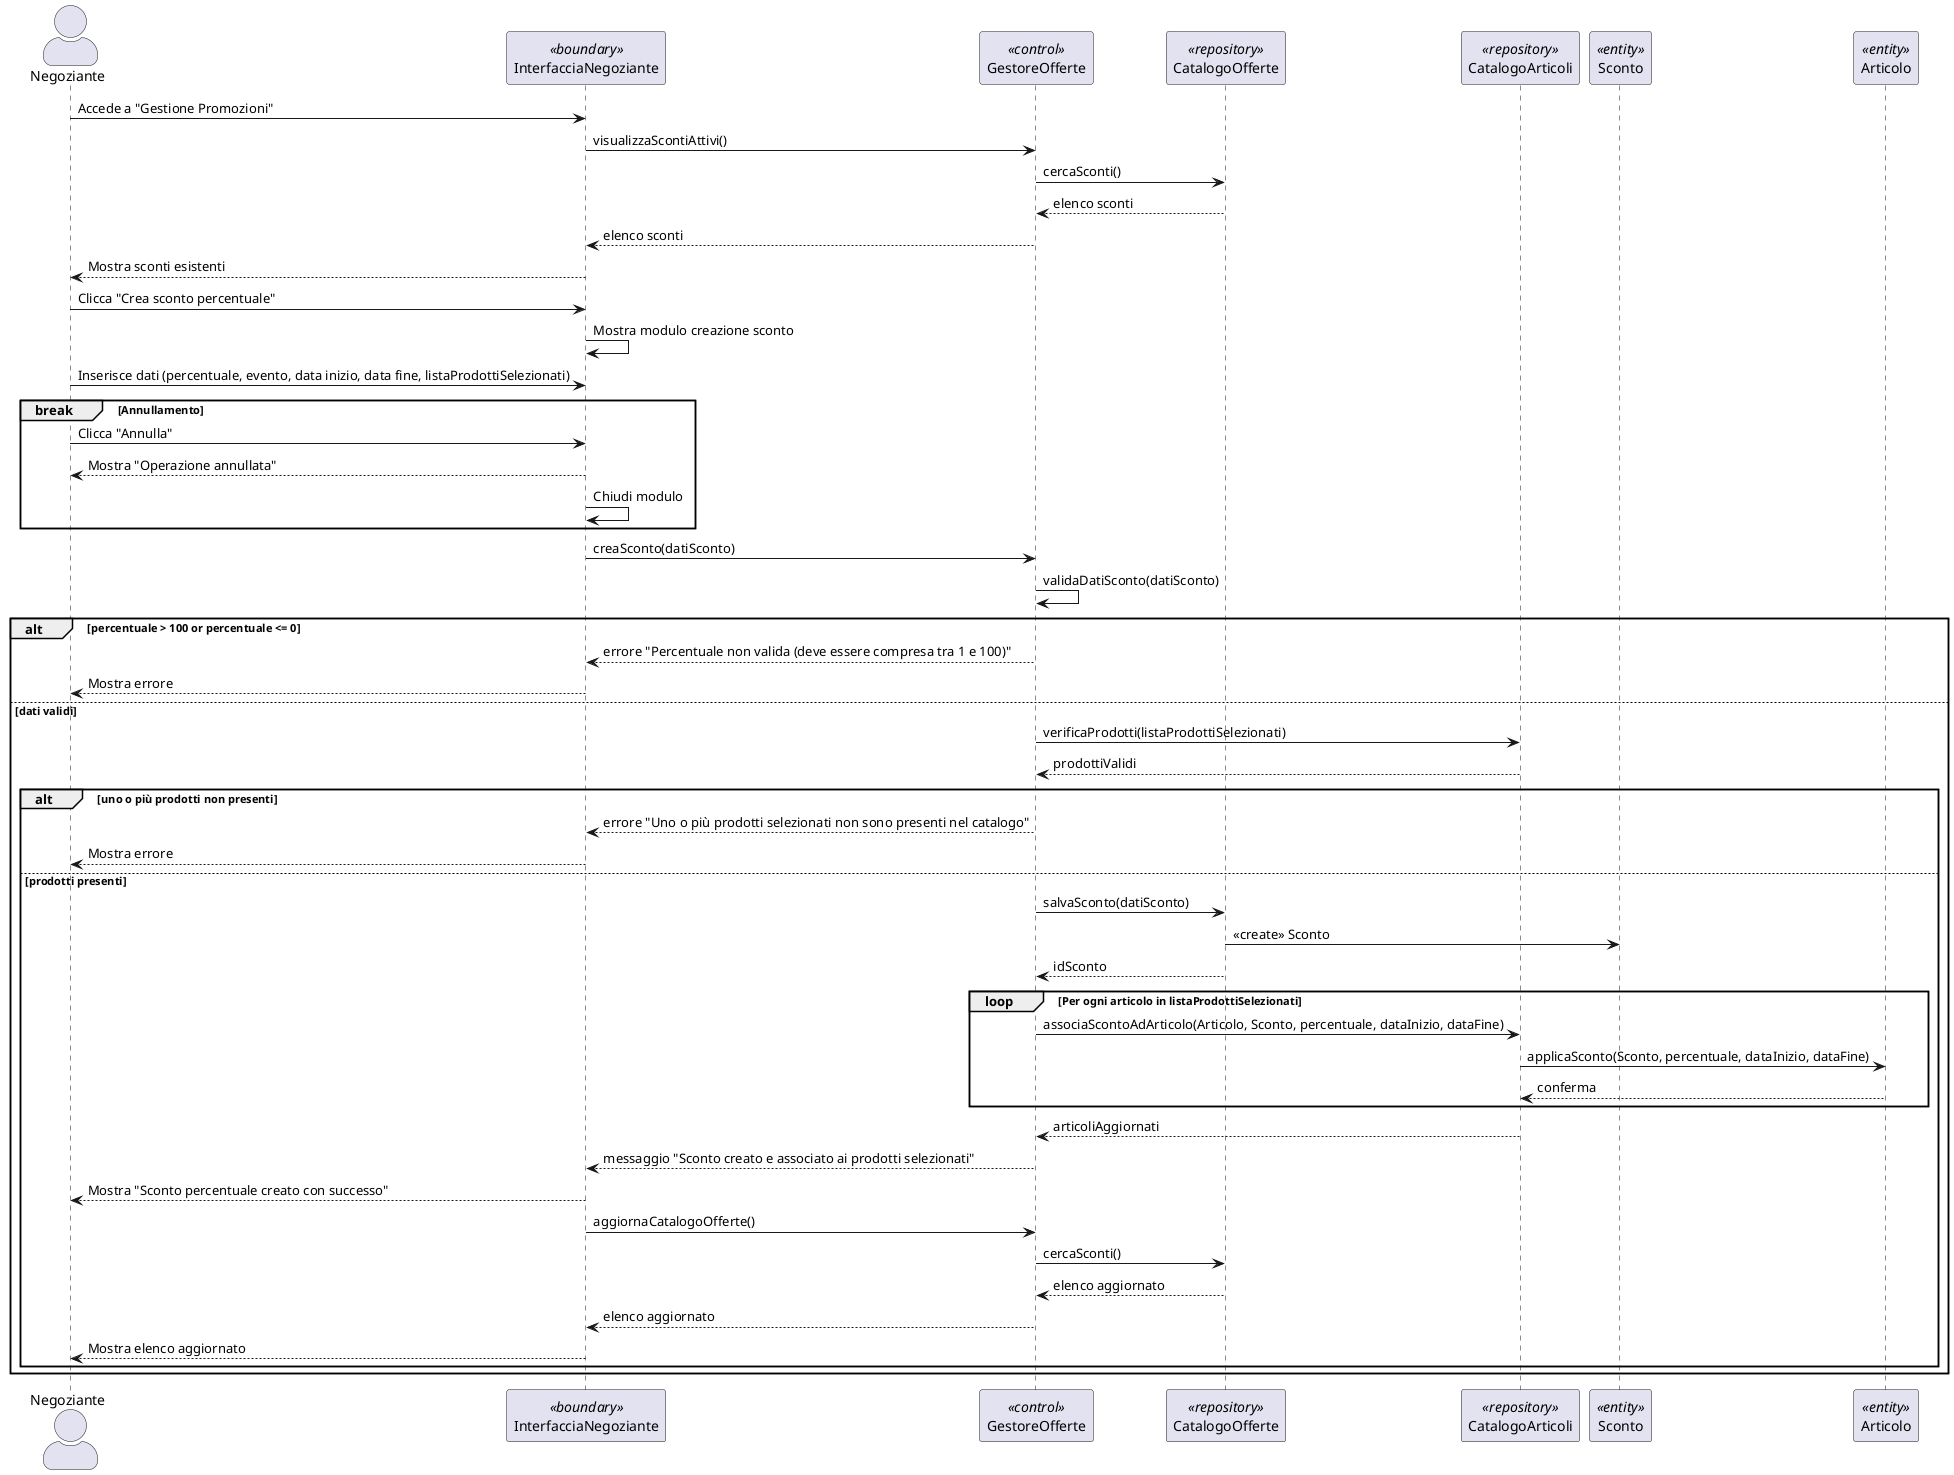
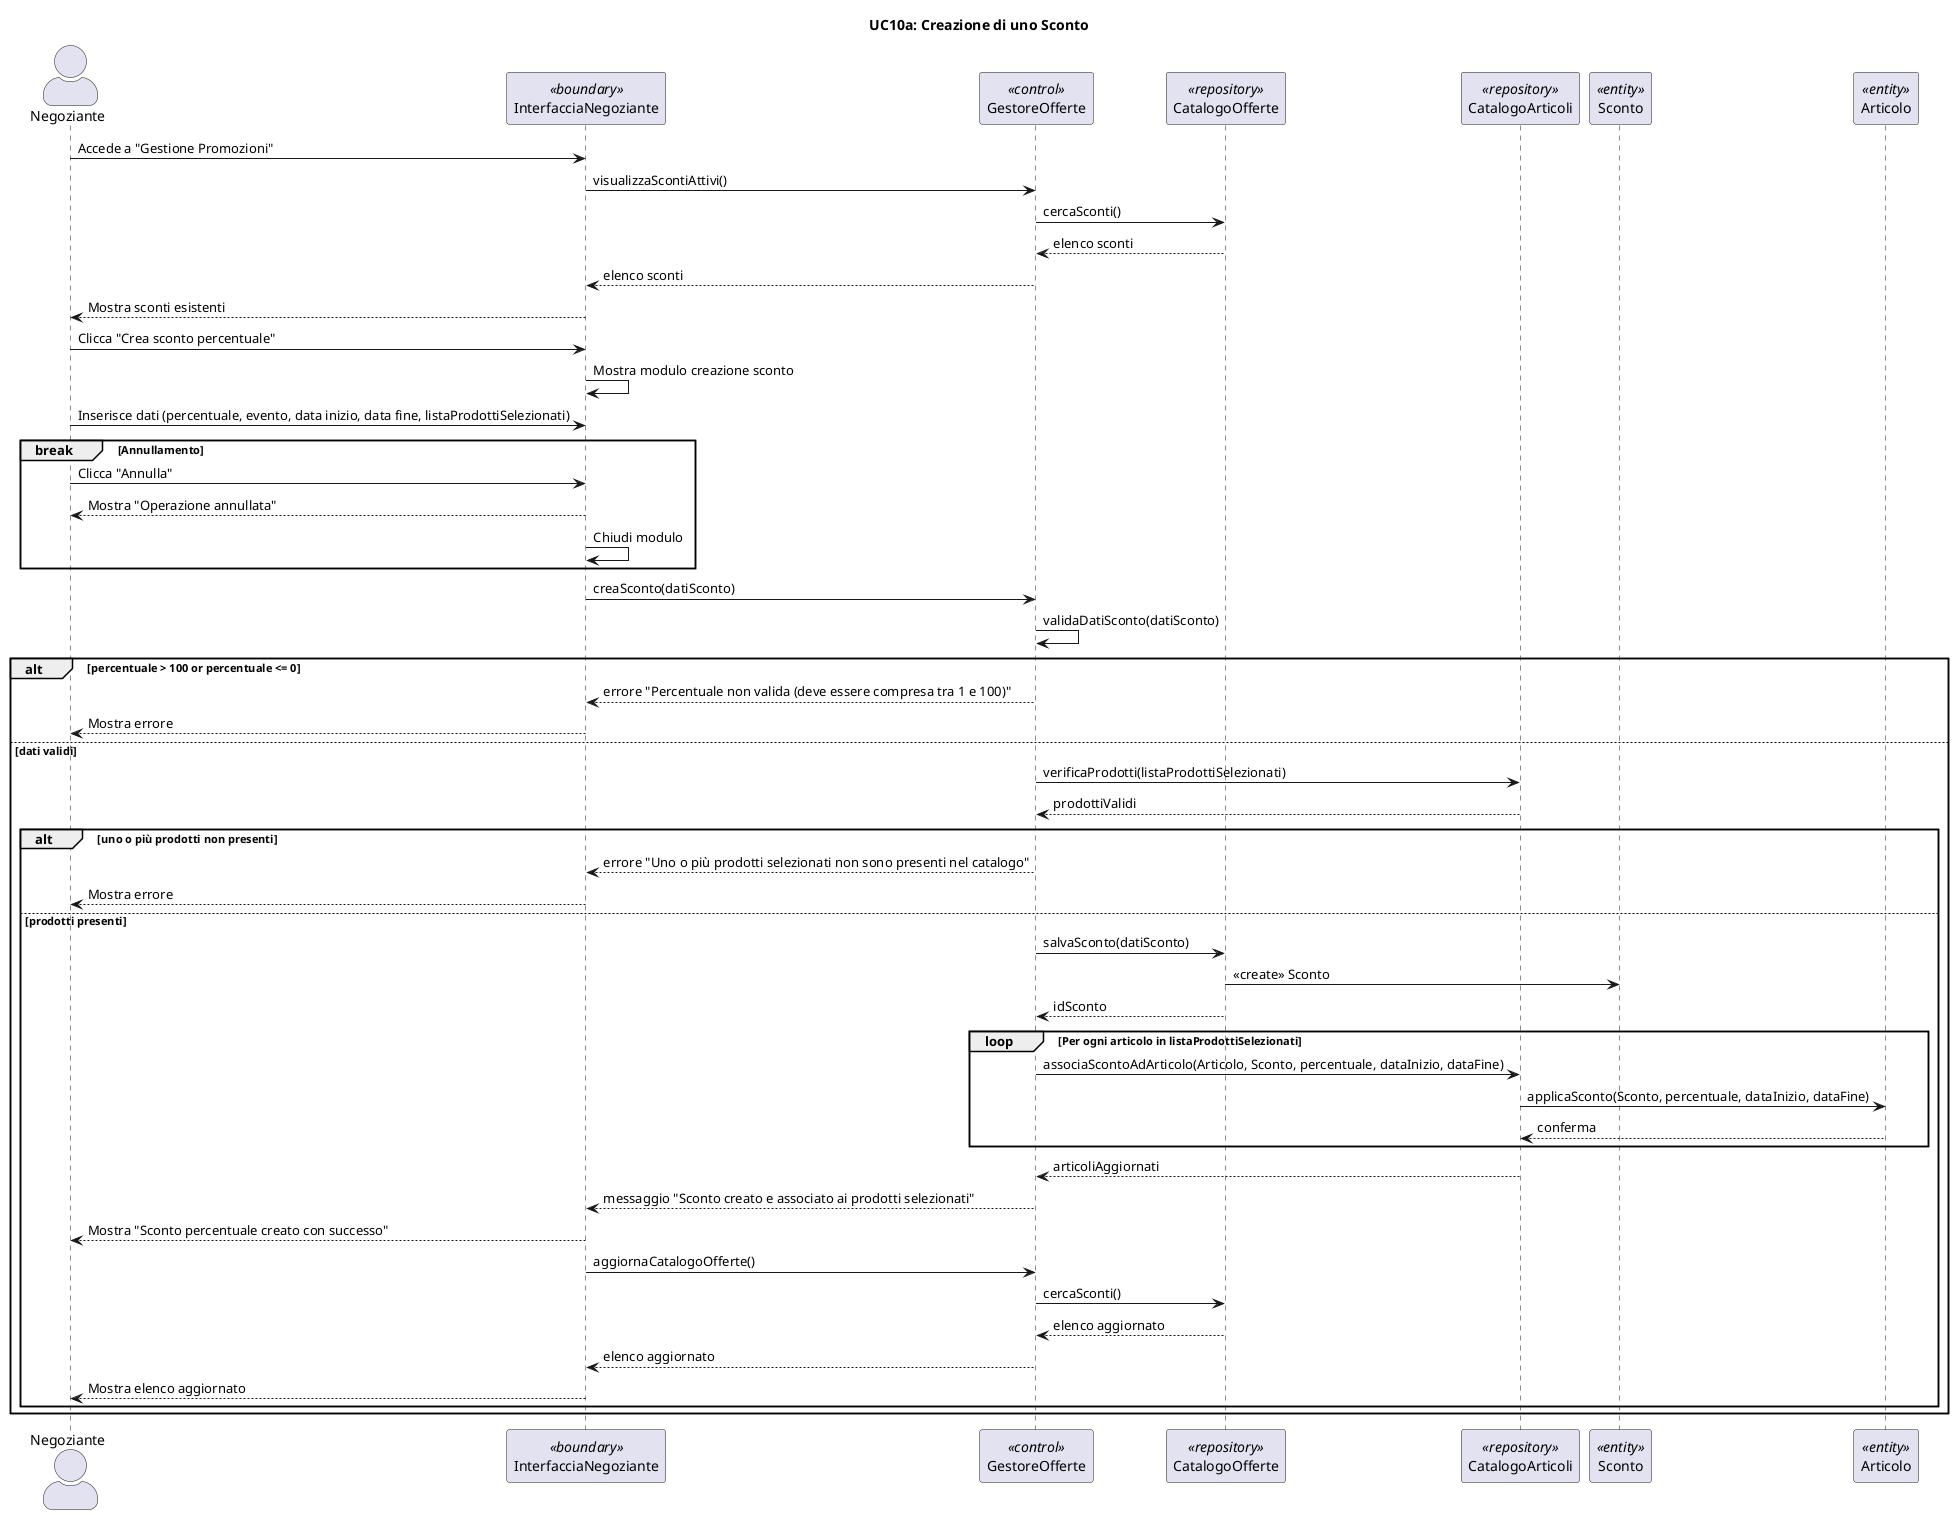
@startuml
+ title UC10a: Creazione di uno Sconto
skinparam actorStyle awesome

actor Negoziante as N
participant "InterfacciaNegoziante" as IN <<boundary>>
participant "GestoreOfferte" as G <<control>>
participant "CatalogoOfferte" as CS <<repository>>
participant "CatalogoArticoli" as CA <<repository>>
participant "Sconto" as Sconto <<entity>>
participant "Articolo" as Articolo <<entity>>

N -> IN: Accede a "Gestione Promozioni"
IN -> G: visualizzaScontiAttivi()
G -> CS: cercaSconti()
CS --> G: elenco sconti
G --> IN: elenco sconti
IN --> N: Mostra sconti esistenti

N -> IN: Clicca "Crea sconto percentuale"
IN -> IN: Mostra modulo creazione sconto
N -> IN: Inserisce dati (percentuale, evento, data inizio, data fine, listaProdottiSelezionati)

break Annullamento
    N -> IN: Clicca "Annulla"
    IN --> N: Mostra "Operazione annullata"
    IN -> IN: Chiudi modulo
end

IN -> G: creaSconto(datiSconto)
G -> G: validaDatiSconto(datiSconto)

alt percentuale > 100 or percentuale <= 0
    G --> IN: errore "Percentuale non valida (deve essere compresa tra 1 e 100)"
    IN --> N: Mostra errore

else dati validi
    G -> CA: verificaProdotti(listaProdottiSelezionati)
    CA --> G: prodottiValidi

    alt uno o più prodotti non presenti
        G --> IN: errore "Uno o più prodotti selezionati non sono presenti nel catalogo"
        IN --> N: Mostra errore

    else prodotti presenti
        G -> CS: salvaSconto(datiSconto)
        CS -> Sconto: <<create>> Sconto
        CS --> G: idSconto

        loop Per ogni articolo in listaProdottiSelezionati
            G -> CA: associaScontoAdArticolo(Articolo, Sconto, percentuale, dataInizio, dataFine)
            CA -> Articolo: applicaSconto(Sconto, percentuale, dataInizio, dataFine)
            Articolo --> CA: conferma
        end
        CA --> G: articoliAggiornati

        G --> IN: messaggio "Sconto creato e associato ai prodotti selezionati"
        IN --> N: Mostra "Sconto percentuale creato con successo"

        IN -> G: aggiornaCatalogoOfferte()
        G -> CS: cercaSconti()
        CS --> G: elenco aggiornato
        G --> IN: elenco aggiornato
        IN --> N: Mostra elenco aggiornato
    end
end
@enduml
